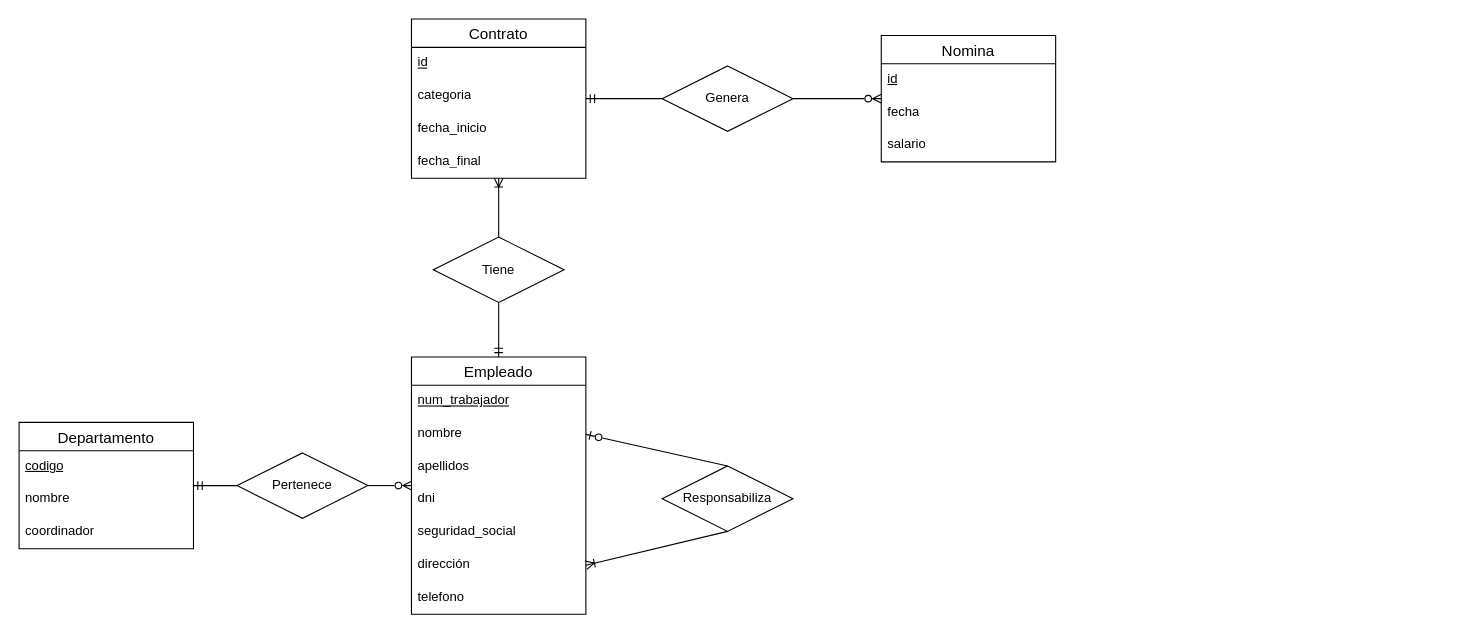
This is TA12Ej7.drawio from AlejandroCara/acr-tsys-modeloER-drawio-1110, a draw.io file, before an edit. Source tidied: cells renumbered, new cells numbered last; positions are measured from the earlier drawing's top-left corner, leaving out a move shared by most shapes. Both pictures are drawn from the tidied source at 109%, with x=0, y=0 at pixel (19, 19).
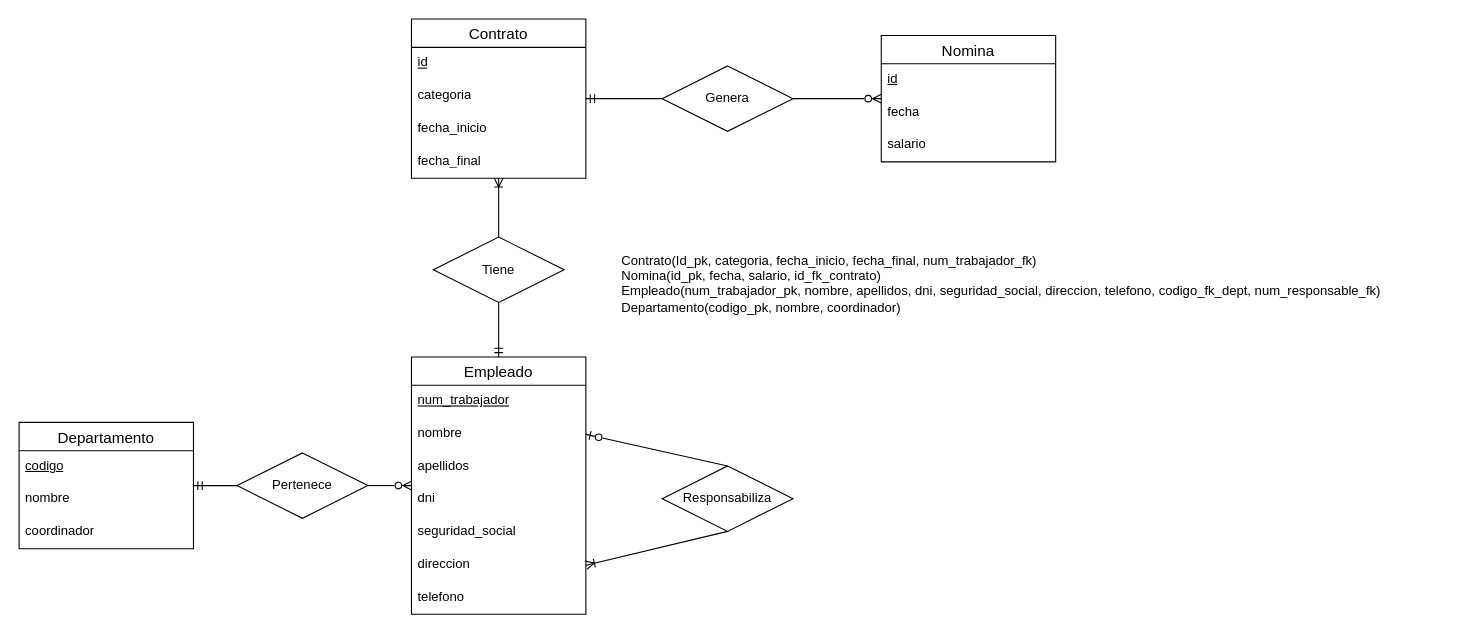
After the change.

The change refers to these unchanged cells:
```xml
<mxCell id="2" value="Empleado" style="swimlane;fontStyle=0;horizontal=1;startSize=26;align=center;fontSize=14;" parent="1" vertex="1">
  <mxGeometry x="360" y="310" width="160" height="236" as="geometry" />
</mxCell>
```

The edit, as a diff of the source:
```diff
@@
-    <mxCell id="8" value="dirección" style="text;strokeColor=none;fillColor=none;spacingLeft=4;spacingRight=4;overflow=hidden;points=[[0,0.5],[1,0.5]];portConstraint=eastwest;fontSize=12;whiteSpace=wrap;html=1;" parent="2" vertex="1">
+    <mxCell id="8" value="direccion" style="text;strokeColor=none;fillColor=none;spacingLeft=4;spacingRight=4;overflow=hidden;points=[[0,0.5],[1,0.5]];portConstraint=eastwest;fontSize=12;whiteSpace=wrap;html=1;" parent="2" vertex="1">
       <mxGeometry y="176" width="160" height="30" as="geometry" />
     </mxCell>
@@
+    <mxCell id="35" value="&lt;div align=&quot;left&quot;&gt;Contrato(Id_pk, categoria, fecha_inicio, fecha_final, num_trabajador_fk)&lt;/div&gt;&lt;div align=&quot;left&quot;&gt;Nomina(id_pk, fecha, salario, id_fk_contrato)&lt;/div&gt;&lt;div align=&quot;left&quot;&gt;Empleado(num_trabajador_pk, nombre, apellidos, dni, seguridad_social, direccion, telefono, codigo_fk_dept, num_responsable_fk)&lt;/div&gt;&lt;div align=&quot;left&quot;&gt;Departamento(codigo_pk, nombre, coordinador)&lt;/div&gt;&lt;div align=&quot;left&quot;&gt;&lt;br&gt;&lt;/div&gt;" style="text;html=1;strokeColor=none;fillColor=none;align=left;verticalAlign=middle;whiteSpace=wrap;rounded=0;" parent="1" vertex="1">
+      <mxGeometry x="551" y="170" width="760" height="160" as="geometry" />
+    </mxCell>
```
